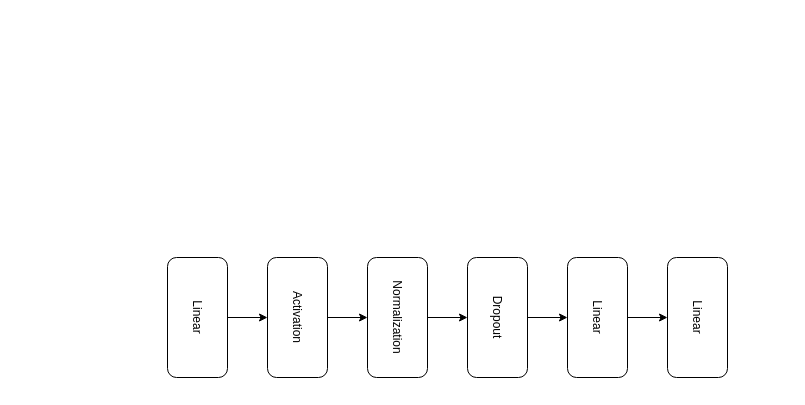
This is Graph-MLP/Graph-MLP.drawio from Tobi2K/diagrams.net, a draw.io file, before an edit. Source tidied: cells renumbered, new cells numbered last; positions are measured from the earlier drawing's top-left corner, leaving out a move shared by most shapes. Both pictures are drawn from the tidied source at 100%, with x=0, y=0 at pixel (137, 287).
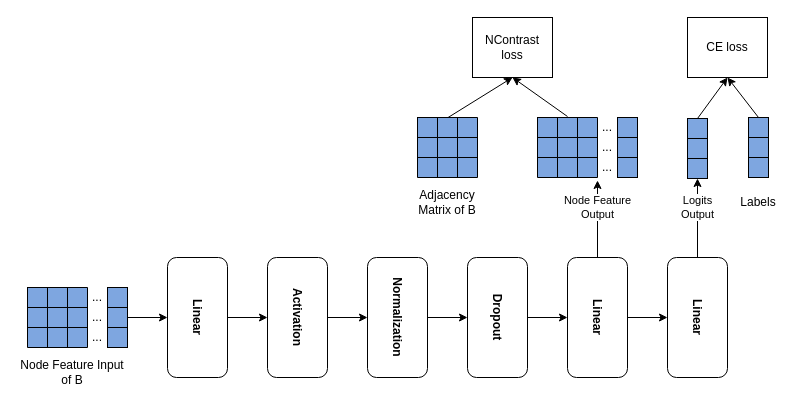
The same page after the edit.

Diff of the diagram source:
```diff
@@
-    <mxCell id="3" value="Linear" style="rounded=1;whiteSpace=wrap;html=1;rotation=90;" parent="1" vertex="1">
+    <mxCell id="3" value="Linear" style="rounded=1;whiteSpace=wrap;html=1;rotation=90;fontStyle=1;" parent="1" vertex="1">
       <mxGeometry width="120" height="60" as="geometry" />
     </mxCell>
@@
-    <mxCell id="5" value="&lt;div&gt;Activation&lt;/div&gt;" style="rounded=1;whiteSpace=wrap;html=1;rotation=90;" parent="1" vertex="1">
+    <mxCell id="5" value="&lt;div&gt;Activation&lt;/div&gt;" style="rounded=1;whiteSpace=wrap;html=1;rotation=90;fontStyle=1;" parent="1" vertex="1">
       <mxGeometry x="100" width="120" height="60" as="geometry" />
     </mxCell>
@@
-    <mxCell id="7" value="&lt;div&gt;Normalization&lt;/div&gt;" style="rounded=1;whiteSpace=wrap;html=1;rotation=90;" parent="1" vertex="1">
+    <mxCell id="7" value="&lt;div&gt;Normalization&lt;/div&gt;" style="rounded=1;whiteSpace=wrap;html=1;rotation=90;fontStyle=1;" parent="1" vertex="1">
       <mxGeometry x="200" width="120" height="60" as="geometry" />
     </mxCell>
@@
-    <mxCell id="9" value="&lt;div&gt;Dropout&lt;/div&gt;" style="rounded=1;whiteSpace=wrap;html=1;rotation=90;" parent="1" vertex="1">
+    <mxCell id="9" value="&lt;div&gt;Dropout&lt;/div&gt;" style="rounded=1;whiteSpace=wrap;html=1;rotation=90;fontStyle=1;" parent="1" vertex="1">
       <mxGeometry x="300" width="120" height="60" as="geometry" />
     </mxCell>
@@
-    <mxCell id="11" value="Linear" style="rounded=1;whiteSpace=wrap;html=1;rotation=90;" parent="1" vertex="1">
+    <mxCell id="11" value="Linear" style="rounded=1;whiteSpace=wrap;html=1;rotation=90;fontStyle=1;" parent="1" vertex="1">
       <mxGeometry x="400" width="120" height="60" as="geometry" />
     </mxCell>
+    <mxCell id="13" value="&lt;div&gt;Logits &lt;br&gt;Output&lt;/div&gt;" style="edgeStyle=none;rounded=0;jettySize=auto;html=1;exitX=0;exitY=0.5;exitDx=0;exitDy=0;entryX=0.5;entryY=1;entryDx=0;entryDy=0;startArrow=none;startFill=0;endArrow=classic;endFill=1;" parent="1" edge="1" source="12" target="53">
+      <mxGeometry x="0.27" relative="1" as="geometry" />
+    </mxCell>
-    <mxCell id="12" value="Linear" style="rounded=1;whiteSpace=wrap;html=1;rotation=90;" parent="1" vertex="1">
+    <mxCell id="12" value="Linear" style="rounded=1;whiteSpace=wrap;html=1;rotation=90;fontStyle=1;" parent="1" vertex="1">
       <mxGeometry x="500" width="120" height="60" as="geometry" />
     </mxCell>
+    <mxCell id="14" style="rounded=0;jettySize=auto;html=1;exitX=0.5;exitY=1;exitDx=0;exitDy=0;entryX=0.483;entryY=0.05;entryDx=0;entryDy=0;entryPerimeter=0;endArrow=none;endFill=0;startArrow=classic;startFill=1;" parent="1" edge="1" source="16" target="31">
+      <mxGeometry relative="1" as="geometry" />
+    </mxCell>
+    <mxCell id="15" style="edgeStyle=none;rounded=0;jettySize=auto;html=1;exitX=0.5;exitY=1;exitDx=0;exitDy=0;entryX=0.5;entryY=-0.05;entryDx=0;entryDy=0;entryPerimeter=0;startArrow=classic;startFill=1;endArrow=none;endFill=0;" parent="1" edge="1" source="16" target="18">
+      <mxGeometry relative="1" as="geometry" />
+    </mxCell>
+    <mxCell id="16" value="NContrast loss" style="rounded=0;whiteSpace=wrap;html=1;" parent="1" vertex="1">
+      <mxGeometry x="335" y="-270" width="80" height="60" as="geometry" />
+    </mxCell>
+    <mxCell id="17" style="shape=table;html=1;whiteSpace=wrap;startSize=0;childLayout=tableLayout;fillColor=#7EA6E0;" parent="1" vertex="1">
+      <mxGeometry x="400" y="-170" width="60" height="60" as="geometry" />
+    </mxCell>
+    <mxCell id="18" style="shape=tableRow;horizontal=0;startSize=0;swimlaneHead=0;swimlaneBody=0;top=0;left=0;bottom=0;right=0;fillColor=none;points=[[0,0.5],[1,0.5]];portConstraint=eastwest;" parent="17" vertex="1">
+      <mxGeometry width="60" height="20" as="geometry" />
+    </mxCell>
+    <mxCell id="19" style="shape=partialRectangle;html=1;whiteSpace=wrap;fillColor=none;top=0;left=0;bottom=0;right=0;overflow=hidden;" parent="18" vertex="1">
+      <mxGeometry width="20" height="20" as="geometry" />
+    </mxCell>
+    <mxCell id="20" style="shape=partialRectangle;html=1;whiteSpace=wrap;fillColor=none;top=0;left=0;bottom=0;right=0;overflow=hidden;" parent="18" vertex="1">
+      <mxGeometry x="20" width="20" height="20" as="geometry" />
+    </mxCell>
+    <mxCell id="21" style="shape=partialRectangle;html=1;whiteSpace=wrap;fillColor=none;top=0;left=0;bottom=0;right=0;overflow=hidden;" parent="18" vertex="1">
+      <mxGeometry x="40" width="20" height="20" as="geometry" />
+    </mxCell>
+    <mxCell id="22" style="shape=tableRow;horizontal=0;startSize=0;swimlaneHead=0;swimlaneBody=0;top=0;left=0;bottom=0;right=0;fillColor=none;" parent="17" vertex="1">
+      <mxGeometry y="20" width="60" height="20" as="geometry" />
+    </mxCell>
+    <mxCell id="23" style="shape=partialRectangle;html=1;whiteSpace=wrap;fillColor=none;top=0;left=0;bottom=0;right=0;overflow=hidden;" parent="22" vertex="1">
+      <mxGeometry width="20" height="20" as="geometry" />
+    </mxCell>
+    <mxCell id="24" style="shape=partialRectangle;html=1;whiteSpace=wrap;fillColor=none;top=0;left=0;bottom=0;right=0;overflow=hidden;" parent="22" vertex="1">
+      <mxGeometry x="20" width="20" height="20" as="geometry" />
+    </mxCell>
+    <mxCell id="25" style="shape=partialRectangle;html=1;whiteSpace=wrap;fillColor=none;top=0;left=0;bottom=0;right=0;overflow=hidden;" parent="22" vertex="1">
+      <mxGeometry x="40" width="20" height="20" as="geometry" />
+    </mxCell>
+    <mxCell id="26" style="shape=tableRow;horizontal=0;startSize=0;swimlaneHead=0;swimlaneBody=0;top=0;left=0;bottom=0;right=0;fillColor=none;points=[[0,0.5],[1,0.5]];portConstraint=eastwest;" parent="17" vertex="1">
+      <mxGeometry y="40" width="60" height="20" as="geometry" />
+    </mxCell>
+    <mxCell id="27" style="shape=partialRectangle;html=1;whiteSpace=wrap;fillColor=none;top=0;left=0;bottom=0;right=0;overflow=hidden;" parent="26" vertex="1">
+      <mxGeometry width="20" height="20" as="geometry" />
+    </mxCell>
+    <mxCell id="28" style="shape=partialRectangle;html=1;whiteSpace=wrap;fillColor=none;top=0;left=0;bottom=0;right=0;overflow=hidden;" parent="26" vertex="1">
+      <mxGeometry x="20" width="20" height="20" as="geometry" />
+    </mxCell>
+    <mxCell id="29" style="shape=partialRectangle;html=1;whiteSpace=wrap;fillColor=none;top=0;left=0;bottom=0;right=0;overflow=hidden;" parent="26" vertex="1">
+      <mxGeometry x="40" width="20" height="20" as="geometry" />
+    </mxCell>
+    <mxCell id="30" style="shape=table;html=1;whiteSpace=wrap;startSize=0;childLayout=tableLayout;fillColor=#7EA6E0;" parent="1" vertex="1">
+      <mxGeometry x="280" y="-170" width="60" height="60" as="geometry" />
+    </mxCell>
+    <mxCell id="31" style="shape=tableRow;horizontal=0;startSize=0;swimlaneHead=0;swimlaneBody=0;top=0;left=0;bottom=0;right=0;fillColor=none;points=[[0,0.5],[1,0.5]];portConstraint=eastwest;" parent="30" vertex="1">
+      <mxGeometry width="60" height="20" as="geometry" />
+    </mxCell>
+    <mxCell id="32" style="shape=partialRectangle;html=1;whiteSpace=wrap;fillColor=none;top=0;left=0;bottom=0;right=0;overflow=hidden;" parent="31" vertex="1">
+      <mxGeometry width="20" height="20" as="geometry" />
+    </mxCell>
+    <mxCell id="33" style="shape=partialRectangle;html=1;whiteSpace=wrap;fillColor=none;top=0;left=0;bottom=0;right=0;overflow=hidden;" parent="31" vertex="1">
+      <mxGeometry x="20" width="20" height="20" as="geometry" />
+    </mxCell>
+    <mxCell id="34" style="shape=partialRectangle;html=1;whiteSpace=wrap;fillColor=none;top=0;left=0;bottom=0;right=0;overflow=hidden;" parent="31" vertex="1">
+      <mxGeometry x="40" width="20" height="20" as="geometry" />
+    </mxCell>
+    <mxCell id="35" style="shape=tableRow;horizontal=0;startSize=0;swimlaneHead=0;swimlaneBody=0;top=0;left=0;bottom=0;right=0;fillColor=none;" parent="30" vertex="1">
+      <mxGeometry y="20" width="60" height="20" as="geometry" />
+    </mxCell>
+    <mxCell id="36" style="shape=partialRectangle;html=1;whiteSpace=wrap;fillColor=none;top=0;left=0;bottom=0;right=0;overflow=hidden;" parent="35" vertex="1">
+      <mxGeometry width="20" height="20" as="geometry" />
+    </mxCell>
+    <mxCell id="37" style="shape=partialRectangle;html=1;whiteSpace=wrap;fillColor=none;top=0;left=0;bottom=0;right=0;overflow=hidden;" parent="35" vertex="1">
+      <mxGeometry x="20" width="20" height="20" as="geometry" />
+    </mxCell>
+    <mxCell id="38" style="shape=partialRectangle;html=1;whiteSpace=wrap;fillColor=none;top=0;left=0;bottom=0;right=0;overflow=hidden;" parent="35" vertex="1">
+      <mxGeometry x="40" width="20" height="20" as="geometry" />
+    </mxCell>
+    <mxCell id="39" style="shape=tableRow;horizontal=0;startSize=0;swimlaneHead=0;swimlaneBody=0;top=0;left=0;bottom=0;right=0;fillColor=none;" parent="30" vertex="1">
+      <mxGeometry y="40" width="60" height="20" as="geometry" />
+    </mxCell>
+    <mxCell id="40" style="shape=partialRectangle;html=1;whiteSpace=wrap;fillColor=none;top=0;left=0;bottom=0;right=0;overflow=hidden;" parent="39" vertex="1">
+      <mxGeometry width="20" height="20" as="geometry" />
+    </mxCell>
+    <mxCell id="41" style="shape=partialRectangle;html=1;whiteSpace=wrap;fillColor=none;top=0;left=0;bottom=0;right=0;overflow=hidden;" parent="39" vertex="1">
+      <mxGeometry x="20" width="20" height="20" as="geometry" />
+    </mxCell>
+    <mxCell id="42" style="shape=partialRectangle;html=1;whiteSpace=wrap;fillColor=none;top=0;left=0;bottom=0;right=0;overflow=hidden;" parent="39" vertex="1">
+      <mxGeometry x="40" width="20" height="20" as="geometry" />
+    </mxCell>
+    <mxCell id="43" style="rounded=0;whiteSpace=wrap;html=1;fillColor=#7EA6E0;" parent="1" vertex="1">
+      <mxGeometry x="480" y="-170" width="20" height="20" as="geometry" />
+    </mxCell>
+    <mxCell id="44" style="rounded=0;whiteSpace=wrap;html=1;fillColor=#7EA6E0;" parent="1" vertex="1">
+      <mxGeometry x="480" y="-150" width="20" height="20" as="geometry" />
+    </mxCell>
+    <mxCell id="45" style="rounded=0;whiteSpace=wrap;html=1;fillColor=#7EA6E0;" parent="1" vertex="1">
+      <mxGeometry x="480" y="-130" width="20" height="20" as="geometry" />
+    </mxCell>
+    <mxCell id="46" value="..." style="text;html=1;strokeColor=none;fillColor=none;align=center;verticalAlign=middle;whiteSpace=wrap;rounded=0;" parent="1" vertex="1">
+      <mxGeometry x="460" y="-170" width="20" height="20" as="geometry" />
+    </mxCell>
+    <mxCell id="47" value="..." style="text;html=1;strokeColor=none;fillColor=none;align=center;verticalAlign=middle;whiteSpace=wrap;rounded=0;" parent="1" vertex="1">
+      <mxGeometry x="460" y="-150" width="20" height="20" as="geometry" />
+    </mxCell>
+    <mxCell id="48" value="..." style="text;html=1;strokeColor=none;fillColor=none;align=center;verticalAlign=middle;whiteSpace=wrap;rounded=0;" parent="1" vertex="1">
+      <mxGeometry x="460" y="-130" width="20" height="20" as="geometry" />
+    </mxCell>
+    <mxCell id="49" value="Node Feature&lt;br&gt;Output" style="endArrow=classic;html=1;rounded=0;exitX=0;exitY=0.5;exitDx=0;exitDy=0;entryX=1;entryY=1.15;entryDx=0;entryDy=0;entryPerimeter=0;" parent="1" edge="1" source="11" target="26">
+      <mxGeometry x="0.3" relative="1" as="geometry" />
+    </mxCell>
+    <mxCell id="50" style="edgeStyle=none;rounded=0;jettySize=auto;html=1;exitX=0.5;exitY=0;exitDx=0;exitDy=0;entryX=0.5;entryY=1;entryDx=0;entryDy=0;startArrow=none;startFill=0;endArrow=classic;endFill=1;" parent="1" edge="1" source="51" target="58">
+      <mxGeometry relative="1" as="geometry" />
+    </mxCell>
+    <mxCell id="51" style="rounded=0;whiteSpace=wrap;html=1;fillColor=#7EA6E0;" parent="1" vertex="1">
+      <mxGeometry x="550" y="-169" width="20" height="20" as="geometry" />
+    </mxCell>
+    <mxCell id="52" style="rounded=0;whiteSpace=wrap;html=1;fillColor=#7EA6E0;" parent="1" vertex="1">
+      <mxGeometry x="550" y="-149" width="20" height="20" as="geometry" />
+    </mxCell>
+    <mxCell id="53" style="rounded=0;whiteSpace=wrap;html=1;fillColor=#7EA6E0;" parent="1" vertex="1">
+      <mxGeometry x="550" y="-129" width="20" height="20" as="geometry" />
+    </mxCell>
+    <mxCell id="54" style="edgeStyle=none;rounded=0;jettySize=auto;html=1;exitX=0.5;exitY=0;exitDx=0;exitDy=0;entryX=0.5;entryY=1;entryDx=0;entryDy=0;startArrow=none;startFill=0;endArrow=classic;endFill=1;" parent="1" edge="1" source="55" target="58">
+      <mxGeometry relative="1" as="geometry" />
+    </mxCell>
+    <mxCell id="55" style="rounded=0;whiteSpace=wrap;html=1;fillColor=#7EA6E0;" parent="1" vertex="1">
+      <mxGeometry x="611" y="-170" width="20" height="20" as="geometry" />
+    </mxCell>
+    <mxCell id="56" style="rounded=0;whiteSpace=wrap;html=1;fillColor=#7EA6E0;" parent="1" vertex="1">
+      <mxGeometry x="611" y="-150" width="20" height="20" as="geometry" />
+    </mxCell>
+    <mxCell id="57" style="rounded=0;whiteSpace=wrap;html=1;fillColor=#7EA6E0;" parent="1" vertex="1">
+      <mxGeometry x="611" y="-130" width="20" height="20" as="geometry" />
+    </mxCell>
+    <mxCell id="58" value="CE loss" style="rounded=0;whiteSpace=wrap;html=1;" parent="1" vertex="1">
+      <mxGeometry x="550" y="-270" width="80" height="60" as="geometry" />
+    </mxCell>
+    <mxCell id="59" style="shape=table;html=1;whiteSpace=wrap;startSize=0;childLayout=tableLayout;fillColor=#7EA6E0;labelBorderColor=default;" parent="1" vertex="1">
+      <mxGeometry x="-110" width="60" height="60" as="geometry" />
+    </mxCell>
+    <mxCell id="60" style="shape=tableRow;horizontal=0;startSize=0;swimlaneHead=0;swimlaneBody=0;top=0;left=0;bottom=0;right=0;fillColor=none;" parent="59" vertex="1">
+      <mxGeometry width="60" height="20" as="geometry" />
+    </mxCell>
+    <mxCell id="61" style="shape=partialRectangle;html=1;whiteSpace=wrap;fillColor=none;top=0;left=0;bottom=0;right=0;overflow=hidden;labelBorderColor=default;strokeWidth=2;" parent="60" vertex="1">
+      <mxGeometry width="20" height="20" as="geometry" />
+    </mxCell>
+    <mxCell id="62" style="shape=partialRectangle;html=1;whiteSpace=wrap;fillColor=none;top=0;left=0;bottom=0;right=0;overflow=hidden;" parent="60" vertex="1">
+      <mxGeometry x="20" width="20" height="20" as="geometry" />
+    </mxCell>
+    <mxCell id="63" style="shape=partialRectangle;html=1;whiteSpace=wrap;fillColor=none;top=0;left=0;bottom=0;right=0;overflow=hidden;" parent="60" vertex="1">
+      <mxGeometry x="40" width="20" height="20" as="geometry" />
+    </mxCell>
+    <mxCell id="64" style="shape=tableRow;horizontal=0;startSize=0;swimlaneHead=0;swimlaneBody=0;top=0;left=0;bottom=0;right=0;fillColor=none;" parent="59" vertex="1">
+      <mxGeometry y="20" width="60" height="20" as="geometry" />
+    </mxCell>
+    <mxCell id="65" style="shape=partialRectangle;html=1;whiteSpace=wrap;fillColor=none;top=0;left=0;bottom=0;right=0;overflow=hidden;" parent="64" vertex="1">
+      <mxGeometry width="20" height="20" as="geometry" />
+    </mxCell>
+    <mxCell id="66" style="shape=partialRectangle;html=1;whiteSpace=wrap;fillColor=none;top=0;left=0;bottom=0;right=0;overflow=hidden;" parent="64" vertex="1">
+      <mxGeometry x="20" width="20" height="20" as="geometry" />
+    </mxCell>
+    <mxCell id="67" style="shape=partialRectangle;html=1;whiteSpace=wrap;fillColor=none;top=0;left=0;bottom=0;right=0;overflow=hidden;" parent="64" vertex="1">
+      <mxGeometry x="40" width="20" height="20" as="geometry" />
+    </mxCell>
+    <mxCell id="68" style="shape=tableRow;horizontal=0;startSize=0;swimlaneHead=0;swimlaneBody=0;top=0;left=0;bottom=0;right=0;fillColor=none;" parent="59" vertex="1">
+      <mxGeometry y="40" width="60" height="20" as="geometry" />
+    </mxCell>
+    <mxCell id="69" style="shape=partialRectangle;html=1;whiteSpace=wrap;fillColor=none;top=0;left=0;bottom=0;right=0;overflow=hidden;" parent="68" vertex="1">
+      <mxGeometry width="20" height="20" as="geometry" />
+    </mxCell>
+    <mxCell id="70" style="shape=partialRectangle;html=1;whiteSpace=wrap;fillColor=none;top=0;left=0;bottom=0;right=0;overflow=hidden;" parent="68" vertex="1">
+      <mxGeometry x="20" width="20" height="20" as="geometry" />
+    </mxCell>
+    <mxCell id="71" style="shape=partialRectangle;html=1;whiteSpace=wrap;fillColor=none;top=0;left=0;bottom=0;right=0;overflow=hidden;" parent="68" vertex="1">
+      <mxGeometry x="40" width="20" height="20" as="geometry" />
+    </mxCell>
+    <mxCell id="72" style="rounded=0;whiteSpace=wrap;html=1;fillColor=#7EA6E0;" parent="1" vertex="1">
+      <mxGeometry x="-30" width="20" height="20" as="geometry" />
+    </mxCell>
+    <mxCell id="73" style="edgeStyle=none;rounded=0;jettySize=auto;html=1;exitX=1;exitY=0.5;exitDx=0;exitDy=0;entryX=0.5;entryY=1;entryDx=0;entryDy=0;startArrow=none;startFill=0;endArrow=classic;endFill=1;" parent="1" edge="1" source="74" target="3">
+      <mxGeometry relative="1" as="geometry" />
+    </mxCell>
+    <mxCell id="74" style="rounded=0;whiteSpace=wrap;html=1;fillColor=#7EA6E0;" parent="1" vertex="1">
+      <mxGeometry x="-30" y="20" width="20" height="20" as="geometry" />
+    </mxCell>
+    <mxCell id="75" style="rounded=0;whiteSpace=wrap;html=1;fillColor=#7EA6E0;" parent="1" vertex="1">
+      <mxGeometry x="-30" y="40" width="20" height="20" as="geometry" />
+    </mxCell>
+    <mxCell id="76" value="..." style="text;html=1;strokeColor=none;fillColor=none;align=center;verticalAlign=middle;whiteSpace=wrap;rounded=0;" parent="1" vertex="1">
+      <mxGeometry x="-50" width="20" height="20" as="geometry" />
+    </mxCell>
+    <mxCell id="77" value="..." style="text;html=1;strokeColor=none;fillColor=none;align=center;verticalAlign=middle;whiteSpace=wrap;rounded=0;" parent="1" vertex="1">
+      <mxGeometry x="-50" y="20" width="20" height="20" as="geometry" />
+    </mxCell>
+    <mxCell id="78" value="..." style="text;html=1;strokeColor=none;fillColor=none;align=center;verticalAlign=middle;whiteSpace=wrap;rounded=0;" parent="1" vertex="1">
+      <mxGeometry x="-50" y="40" width="20" height="20" as="geometry" />
+    </mxCell>
+    <mxCell id="79" value="&lt;div&gt;Node Feature Input of B&lt;br&gt;&lt;/div&gt;" style="text;html=1;strokeColor=none;fillColor=none;align=center;verticalAlign=middle;whiteSpace=wrap;rounded=0;" parent="1" vertex="1">
+      <mxGeometry x="-120" y="70" width="110" height="30" as="geometry" />
+    </mxCell>
+    <mxCell id="80" value="Adjacency Matrix of B" style="text;html=1;strokeColor=none;fillColor=none;align=center;verticalAlign=middle;whiteSpace=wrap;rounded=0;" parent="1" vertex="1">
+      <mxGeometry x="280" y="-100" width="60" height="30" as="geometry" />
+    </mxCell>
+    <mxCell id="81" value="&lt;div&gt;Labels&lt;/div&gt;" style="text;html=1;strokeColor=none;fillColor=none;align=center;verticalAlign=middle;whiteSpace=wrap;rounded=0;" parent="1" vertex="1">
+      <mxGeometry x="591" y="-100" width="60" height="30" as="geometry" />
+    </mxCell>
```
